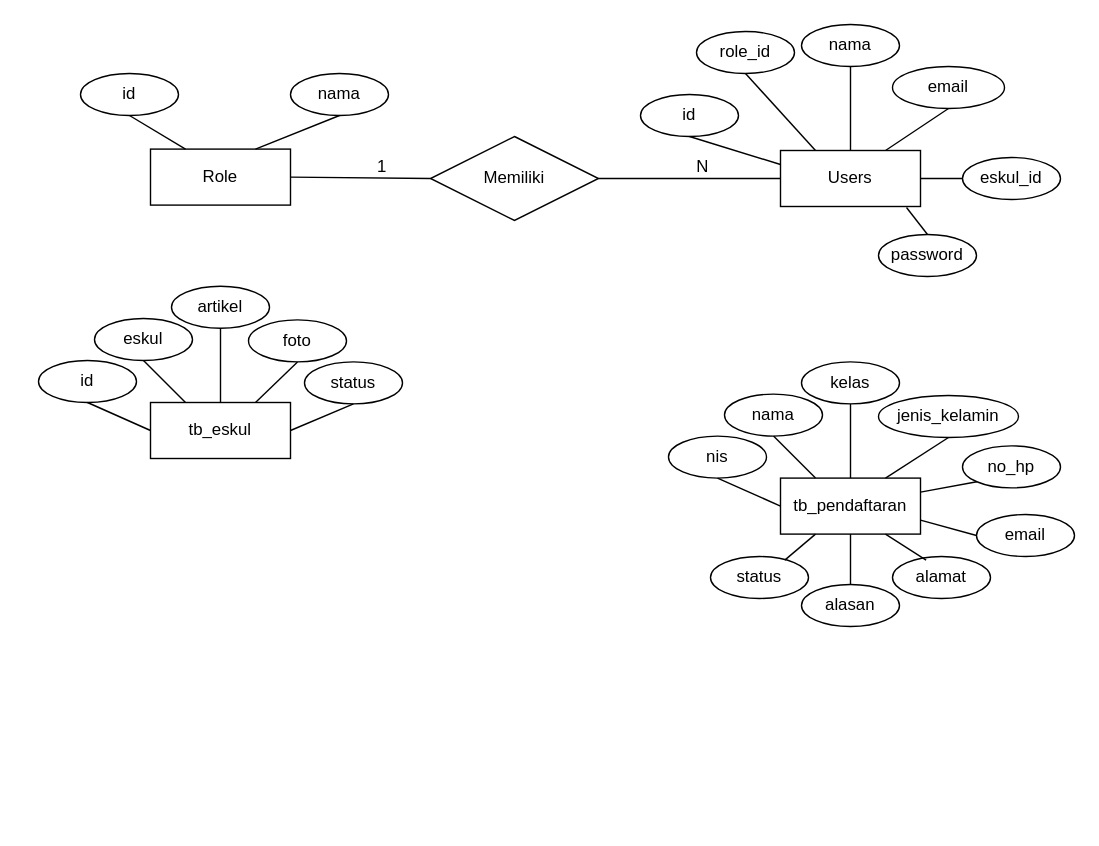
This is ERD WebExtra Kel6.drawio from pajarazmii/WebExtra, a draw.io file, before an edit. Source tidied: cells renumbered, new cells numbered last; positions are measured from the earlier drawing's top-left corner, leaving out a move shared by most shapes. Both pictures are drawn from the tidied source at 140%, with x=0, y=0 at pixel (38, 24).
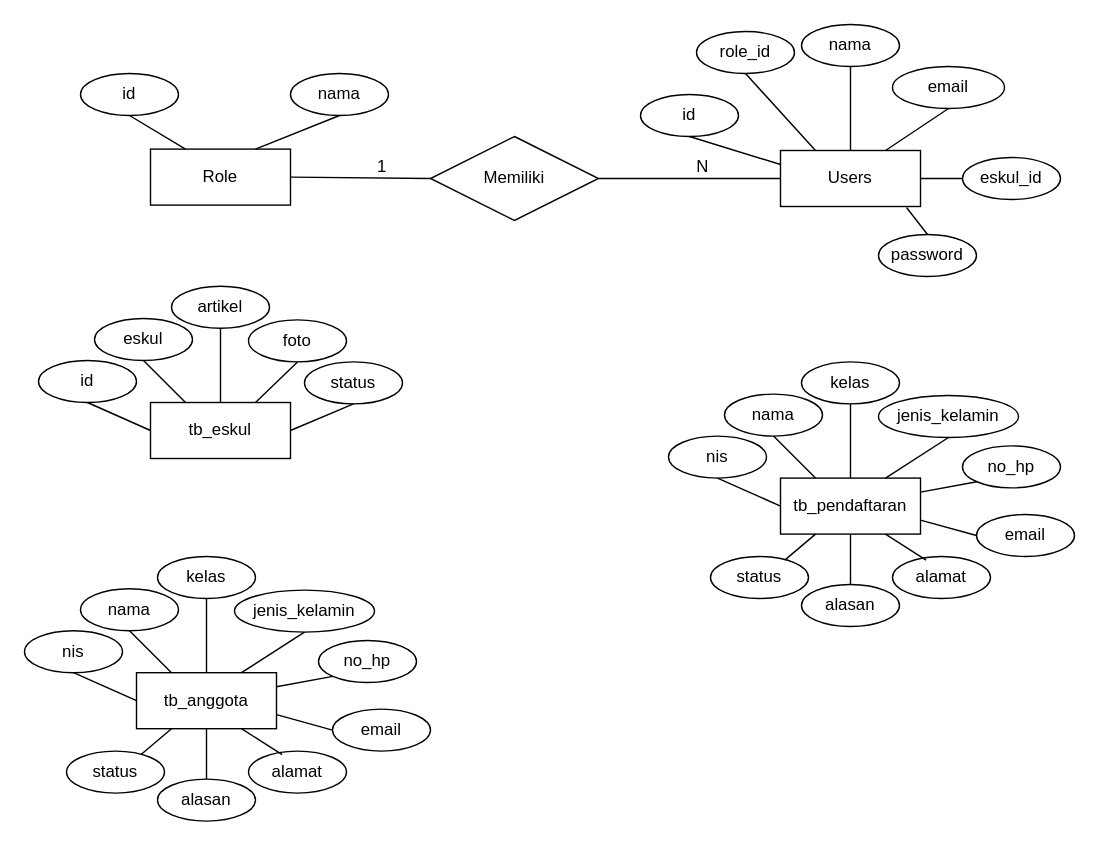
Above is the later version.

Diff of the diagram source:
```diff
@@
+    <mxCell id="55" value="tb_anggota" style="whiteSpace=wrap;html=1;align=center;" parent="1" vertex="1">
+      <mxGeometry x="70" y="463" width="100" height="40" as="geometry" />
+    </mxCell>
+    <mxCell id="56" value="nis" style="ellipse;whiteSpace=wrap;html=1;align=center;" parent="1" vertex="1">
+      <mxGeometry x="-10" y="433" width="70" height="30" as="geometry" />
+    </mxCell>
+    <mxCell id="57" value="nama" style="ellipse;whiteSpace=wrap;html=1;align=center;" parent="1" vertex="1">
+      <mxGeometry x="30" y="403" width="70" height="30" as="geometry" />
+    </mxCell>
+    <mxCell id="58" style="endArrow=none;html=1;rounded=0;entryX=0.5;entryY=1;entryDx=0;entryDy=0;exitX=0.25;exitY=0;exitDx=0;exitDy=0;" parent="1" edge="1" source="55" target="57">
+      <mxGeometry relative="1" as="geometry" />
+    </mxCell>
+    <mxCell id="59" style="endArrow=none;html=1;rounded=0;entryX=0.5;entryY=1;entryDx=0;entryDy=0;exitX=0;exitY=0.5;exitDx=0;exitDy=0;" parent="1" edge="1" source="55" target="56">
+      <mxGeometry relative="1" as="geometry" />
+    </mxCell>
+    <mxCell id="60" value="kelas" style="ellipse;whiteSpace=wrap;html=1;align=center;" parent="1" vertex="1">
+      <mxGeometry x="85" y="380" width="70" height="30" as="geometry" />
+    </mxCell>
+    <mxCell id="61" style="endArrow=none;html=1;rounded=0;entryX=0.5;entryY=1;entryDx=0;entryDy=0;exitX=0.5;exitY=0;exitDx=0;exitDy=0;" parent="1" edge="1" source="55" target="60">
+      <mxGeometry relative="1" as="geometry" />
+    </mxCell>
+    <mxCell id="62" value="jenis_kelamin" style="ellipse;whiteSpace=wrap;html=1;align=center;" parent="1" vertex="1">
+      <mxGeometry x="140" y="404" width="100" height="30" as="geometry" />
+    </mxCell>
+    <mxCell id="63" style="endArrow=none;html=1;rounded=0;entryX=0.5;entryY=1;entryDx=0;entryDy=0;exitX=0.75;exitY=0;exitDx=0;exitDy=0;" parent="1" edge="1" source="55" target="62">
+      <mxGeometry relative="1" as="geometry" />
+    </mxCell>
+    <mxCell id="64" value="no_hp" style="ellipse;whiteSpace=wrap;html=1;align=center;" parent="1" vertex="1">
+      <mxGeometry x="200" y="440" width="70" height="30" as="geometry" />
+    </mxCell>
+    <mxCell id="65" style="endArrow=none;html=1;rounded=0;entryX=0;entryY=1;entryDx=0;entryDy=0;exitX=1;exitY=0.25;exitDx=0;exitDy=0;" parent="1" edge="1" source="55" target="64">
+      <mxGeometry relative="1" as="geometry" />
+    </mxCell>
+    <mxCell id="66" value="email" style="ellipse;whiteSpace=wrap;html=1;align=center;" parent="1" vertex="1">
+      <mxGeometry x="210" y="489" width="70" height="30" as="geometry" />
+    </mxCell>
+    <mxCell id="67" style="endArrow=none;html=1;rounded=0;entryX=0;entryY=0.5;entryDx=0;entryDy=0;exitX=1;exitY=0.75;exitDx=0;exitDy=0;" parent="1" edge="1" source="55" target="66">
+      <mxGeometry relative="1" as="geometry" />
+    </mxCell>
+    <mxCell id="68" value="alamat" style="ellipse;whiteSpace=wrap;html=1;align=center;" parent="1" vertex="1">
+      <mxGeometry x="150" y="519" width="70" height="30" as="geometry" />
+    </mxCell>
+    <mxCell id="69" style="endArrow=none;html=1;rounded=0;entryX=0.343;entryY=0.086;entryDx=0;entryDy=0;exitX=0.75;exitY=1;exitDx=0;exitDy=0;entryPerimeter=0;" parent="1" edge="1" source="55" target="68">
+      <mxGeometry relative="1" as="geometry" />
+    </mxCell>
+    <mxCell id="70" value="alasan" style="ellipse;whiteSpace=wrap;html=1;align=center;" parent="1" vertex="1">
+      <mxGeometry x="85" y="539" width="70" height="30" as="geometry" />
+    </mxCell>
+    <mxCell id="71" style="endArrow=none;html=1;rounded=0;entryX=0.5;entryY=0;entryDx=0;entryDy=0;exitX=0.5;exitY=1;exitDx=0;exitDy=0;" parent="1" edge="1" source="55" target="70">
+      <mxGeometry relative="1" as="geometry" />
+    </mxCell>
+    <mxCell id="72" value="status" style="ellipse;whiteSpace=wrap;html=1;align=center;" parent="1" vertex="1">
+      <mxGeometry x="20" y="519" width="70" height="30" as="geometry" />
+    </mxCell>
+    <mxCell id="73" style="endArrow=none;html=1;rounded=0;entryX=0.758;entryY=0.086;entryDx=0;entryDy=0;exitX=0.25;exitY=1;exitDx=0;exitDy=0;entryPerimeter=0;" parent="1" edge="1" source="55" target="72">
+      <mxGeometry relative="1" as="geometry" />
+    </mxCell>
```
